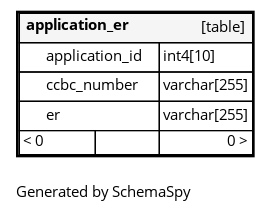
Above: schemaspy/ccbc_public/diagrams/tables/application_er.1degree.png in bcgov/CONN-CCBC-portal (Graphviz), before the change. Its source is kept beside it as schemaspy/ccbc_public/diagrams/tables/application_er.1degree.dot.
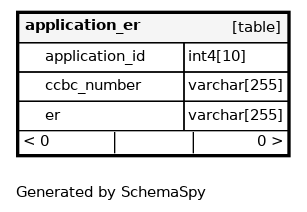
The same diagram one commit later.

Diff of the diagram source:
```diff
@@ -1,13 +1,13 @@
 digraph "oneDegreeRelationshipsDiagram" {
-  graph [    rankdir="RL"    bgcolor="#ffffff"    label="\nGenerated by SchemaSpy"    labeljust="l"    nodesep="0.18"    ranksep="0.46"    fontname="Helvetica"    fontsize="11"    ration="compress"  ];  node [    fontname="Helvetica"    fontsize="11"    shape="plaintext"  ];  edge [    arrowsize="0.8"  ];
+  graph [    rankdir="RL"    bgcolor="#ffffff"    label="\nGenerated by SchemaSpy"    labeljust="l"    nodesep="0.18"    ranksep="0.46"    fontname="Helvetica"    fontsize="11"    packmode="graph"  ];  node [    fontname="Helvetica"    fontsize="11"    shape="plaintext"  ];  edge [    arrowsize="0.8"  ];
   "application_er" [
    label=<
     <TABLE BORDER="2" CELLBORDER="1" CELLSPACING="0" BGCOLOR="#ffffff">
-      <TR><TD COLSPAN="4"  BGCOLOR="#f5f5f5"><TABLE BORDER="0" CELLSPACING="0"><TR><TD ALIGN="LEFT" FIXEDSIZE="TRUE" WIDTH="84" HEIGHT="16"><B>application_er</B></TD><TD ALIGN="RIGHT">[table]</TD></TR></TABLE></TD></TR>
-      <TR><TD PORT="application_id" COLSPAN="2" ALIGN="LEFT"><TABLE BORDER="0" CELLSPACING="0" ALIGN="LEFT"><TR ALIGN="LEFT"><TD ALIGN="LEFT" FIXEDSIZE="TRUE" WIDTH="15" HEIGHT="16"></TD><TD ALIGN="LEFT" FIXEDSIZE="TRUE" WIDTH="84" HEIGHT="16">application_id</TD></TR></TABLE></TD><TD PORT="application_id.type" ALIGN="LEFT">int4[10]</TD></TR>
-      <TR><TD PORT="ccbc_number" COLSPAN="2" ALIGN="LEFT"><TABLE BORDER="0" CELLSPACING="0" ALIGN="LEFT"><TR ALIGN="LEFT"><TD ALIGN="LEFT" FIXEDSIZE="TRUE" WIDTH="15" HEIGHT="16"></TD><TD ALIGN="LEFT" FIXEDSIZE="TRUE" WIDTH="84" HEIGHT="16">ccbc_number</TD></TR></TABLE></TD><TD PORT="ccbc_number.type" ALIGN="LEFT">varchar[255]</TD></TR>
-      <TR><TD PORT="er" COLSPAN="2" ALIGN="LEFT"><TABLE BORDER="0" CELLSPACING="0" ALIGN="LEFT"><TR ALIGN="LEFT"><TD ALIGN="LEFT" FIXEDSIZE="TRUE" WIDTH="15" HEIGHT="16"></TD><TD ALIGN="LEFT" FIXEDSIZE="TRUE" WIDTH="84" HEIGHT="16">er</TD></TR></TABLE></TD><TD PORT="er.type" ALIGN="LEFT">varchar[255]</TD></TR>
-      <TR><TD ALIGN="LEFT" BGCOLOR="#ffffff">&lt; 0</TD><TD ALIGN="RIGHT" BGCOLOR="#ffffff">  </TD><TD ALIGN="RIGHT" BGCOLOR="#ffffff">0 &gt;</TD></TR>
+      <TR><TD COLSPAN="4"  BGCOLOR="#f5f5f5"><TABLE BORDER="0" CELLSPACING="0"><TR><TD ALIGN="LEFT" FIXEDSIZE="TRUE" WIDTH="103" HEIGHT="16"><B>application_er</B></TD><TD ALIGN="RIGHT">[table]</TD></TR></TABLE></TD></TR>
+      <TR><TD PORT="application_id" COLSPAN="2" ALIGN="LEFT"><TABLE BORDER="0" CELLSPACING="0" ALIGN="LEFT"><TR ALIGN="LEFT"><TD ALIGN="LEFT" FIXEDSIZE="TRUE" WIDTH="15" HEIGHT="16"></TD><TD ALIGN="LEFT" FIXEDSIZE="TRUE" WIDTH="103" HEIGHT="16">application_id</TD></TR></TABLE></TD><TD PORT="application_id.type" ALIGN="LEFT">int4[10]</TD></TR>
+      <TR><TD PORT="ccbc_number" COLSPAN="2" ALIGN="LEFT"><TABLE BORDER="0" CELLSPACING="0" ALIGN="LEFT"><TR ALIGN="LEFT"><TD ALIGN="LEFT" FIXEDSIZE="TRUE" WIDTH="15" HEIGHT="16"></TD><TD ALIGN="LEFT" FIXEDSIZE="TRUE" WIDTH="103" HEIGHT="16">ccbc_number</TD></TR></TABLE></TD><TD PORT="ccbc_number.type" ALIGN="LEFT">varchar[255]</TD></TR>
+      <TR><TD PORT="er" COLSPAN="2" ALIGN="LEFT"><TABLE BORDER="0" CELLSPACING="0" ALIGN="LEFT"><TR ALIGN="LEFT"><TD ALIGN="LEFT" FIXEDSIZE="TRUE" WIDTH="15" HEIGHT="16"></TD><TD ALIGN="LEFT" FIXEDSIZE="TRUE" WIDTH="103" HEIGHT="16">er</TD></TR></TABLE></TD><TD PORT="er.type" ALIGN="LEFT">varchar[255]</TD></TR>
+      <TR><TD ALIGN="LEFT" CELLPADDING="0" BGCOLOR="#ffffff" COLSPAN="4" ><TABLE BORDER="0" CELLBORDER="0" CELLSPACING="0"><TR><TD ALIGN="LEFT" BGCOLOR="#ffffff">&lt; 0</TD><VR/><TD ALIGN="CENTER" BGCOLOR="#ffffff">  </TD><VR/><TD ALIGN="RIGHT" BGCOLOR="#ffffff">0 &gt;</TD></TR></TABLE></TD></TR>
     </TABLE>>
     URL="application_er.html"
     target="_top"
```
